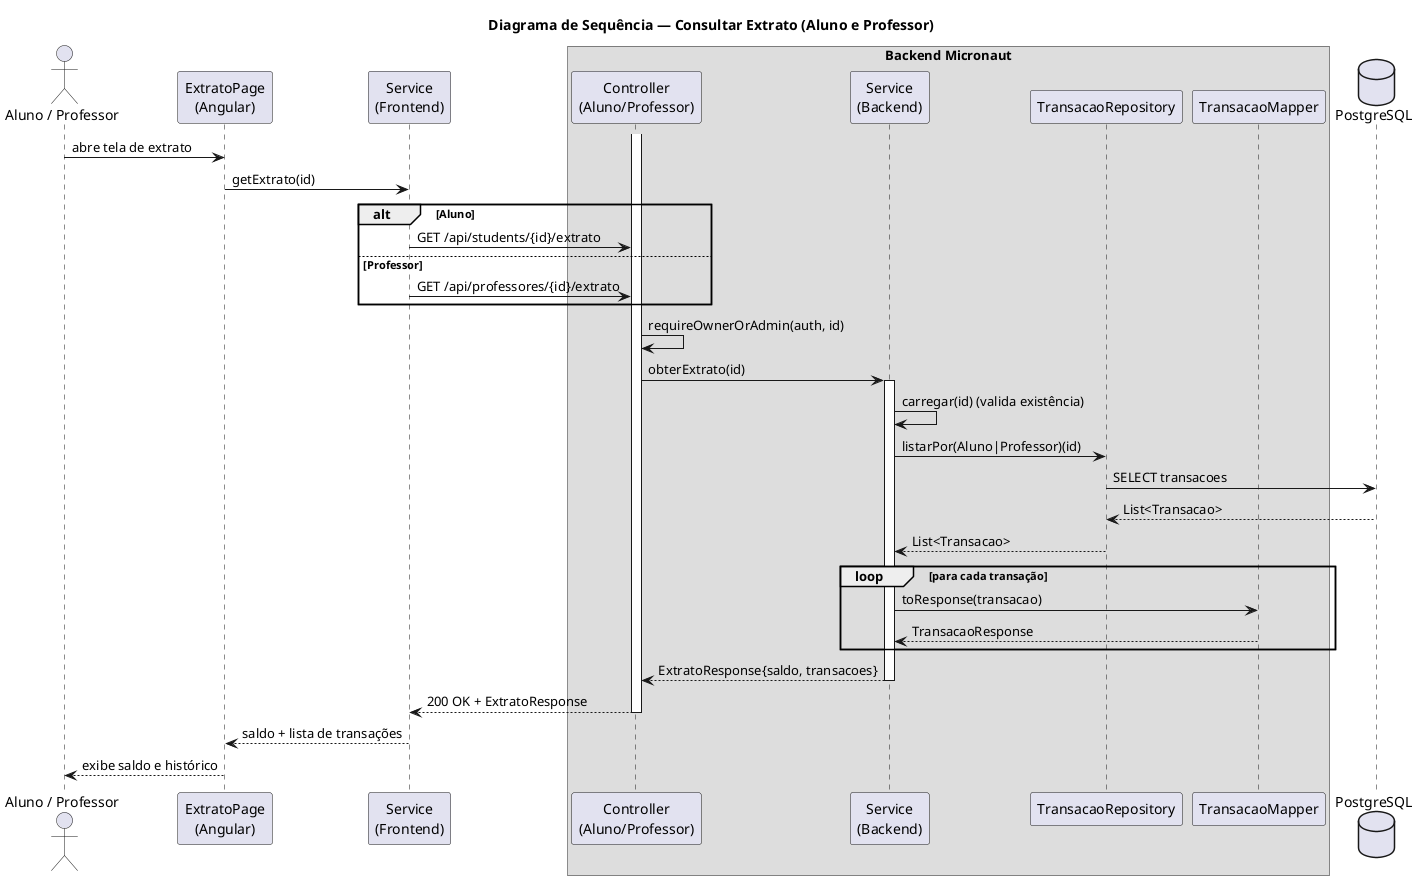
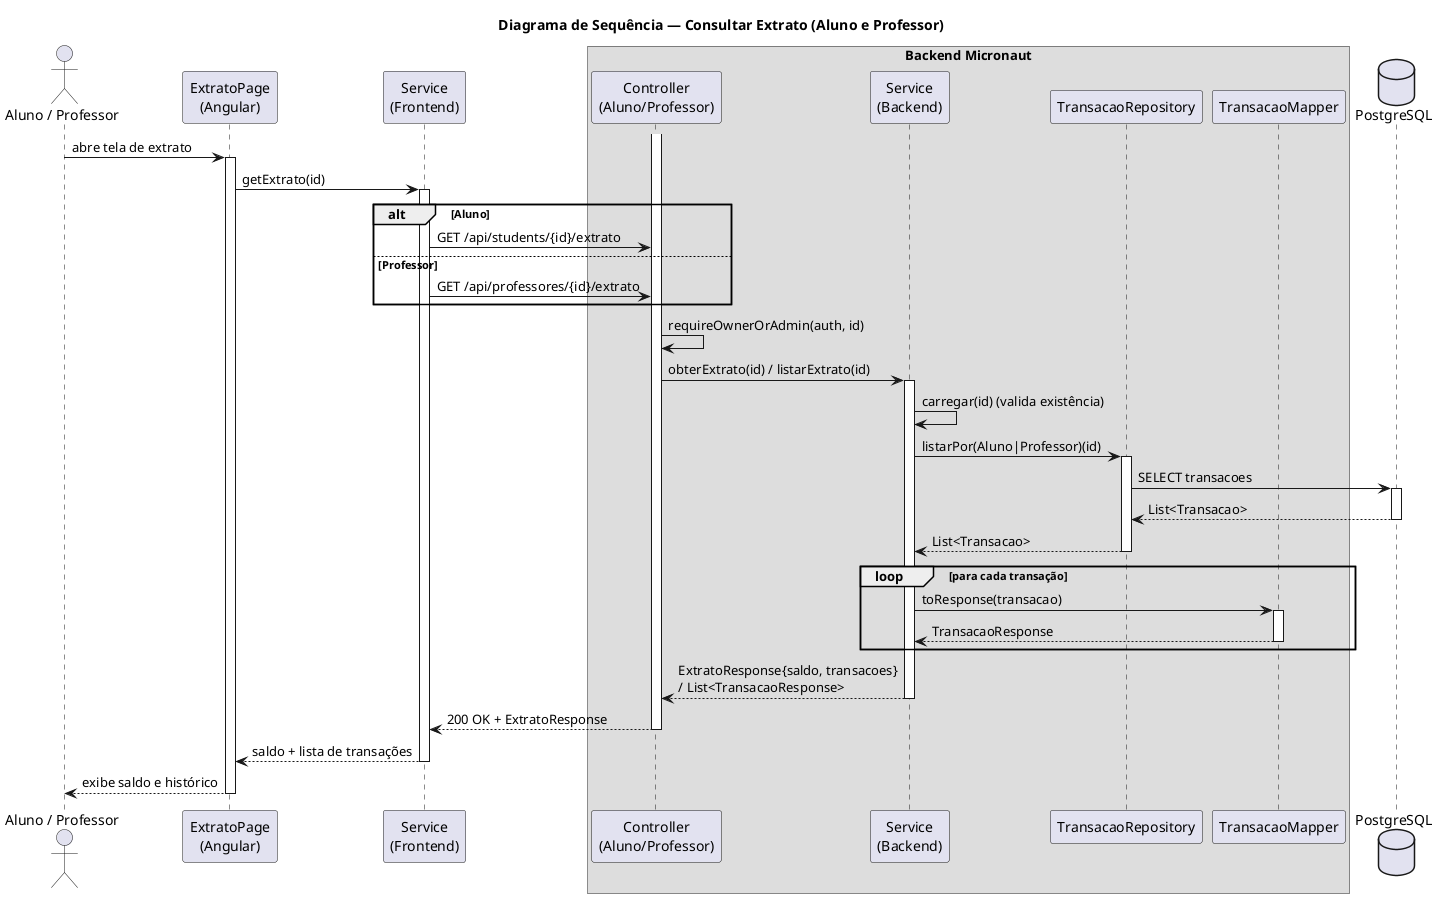
@startuml
title Diagrama de Sequência — Consultar Extrato (Aluno e Professor)

actor "Aluno / Professor" as U
participant "ExtratoPage\n(Angular)" as Page
participant "Service\n(Frontend)" as FeSvc

box "Backend Micronaut"
participant "Controller\n(Aluno/Professor)" as Ctrl
participant "Service\n(Backend)" as Svc
participant "TransacaoRepository" as TRepo
participant "TransacaoMapper" as Mapper
end box
database "PostgreSQL" as DB

U -> Page : abre tela de extrato
+ activate Page
Page -> FeSvc : getExtrato(id)
+ activate FeSvc

alt Aluno
    FeSvc -> Ctrl : GET /api/students/{id}/extrato
else Professor
    FeSvc -> Ctrl : GET /api/professores/{id}/extrato
end

activate Ctrl
Ctrl -> Ctrl : requireOwnerOrAdmin(auth, id)
- Ctrl -> Svc : obterExtrato(id)
+ Ctrl -> Svc : obterExtrato(id) / listarExtrato(id)
activate Svc

Svc -> Svc : carregar(id) (valida existência)
Svc -> TRepo : listarPor(Aluno|Professor)(id)
+ activate TRepo
TRepo -> DB : SELECT transacoes
+ activate DB
DB --> TRepo : List<Transacao>
+ deactivate DB
TRepo --> Svc : List<Transacao>
+ deactivate TRepo

loop para cada transação
    Svc -> Mapper : toResponse(transacao)
+     activate Mapper
    Mapper --> Svc : TransacaoResponse
+     deactivate Mapper
end

- Svc --> Ctrl : ExtratoResponse{saldo, transacoes}
+ Svc --> Ctrl : ExtratoResponse{saldo, transacoes}\n/ List<TransacaoResponse>
deactivate Svc
Ctrl --> FeSvc : 200 OK + ExtratoResponse
deactivate Ctrl
FeSvc --> Page : saldo + lista de transações
+ deactivate FeSvc
Page --> U : exibe saldo e histórico
+ deactivate Page

@enduml
